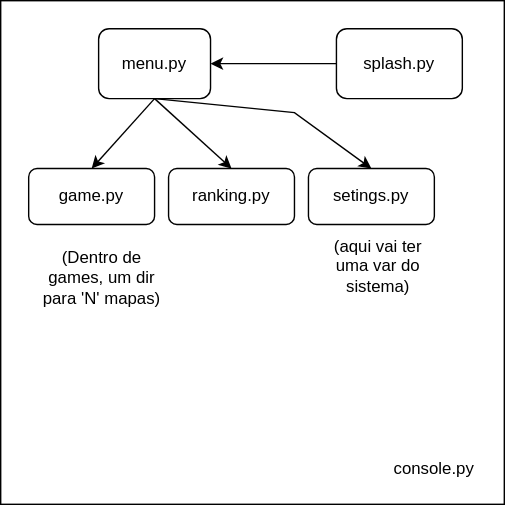
This is planjamento.drawio.svg from JJ-s-Rouguelike/Campanha, a draw.io export, as it was before one commit. Source tidied: cells renumbered, new cells last; positions are measured from the earlier drawing's top-left corner, leaving out a move shared by most shapes.
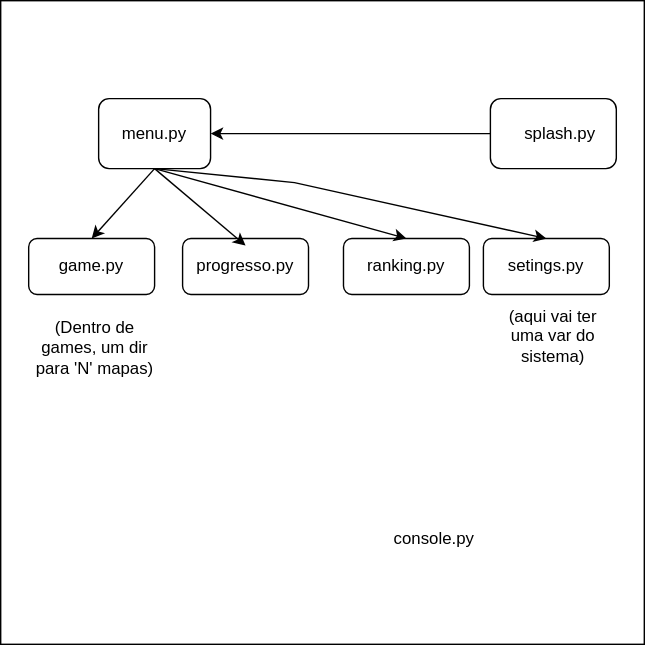
Above is the later version.

Commit message:
coloquei mais uma file no diagrama

Diff of the diagram source:
```diff
@@ -3,7 +3,7 @@
     <mxCell id="0" />
     <mxCell id="1" parent="0" />
     <mxCell id="2" style="whiteSpace=wrap;html=1;" parent="1" vertex="1">
-      <mxGeometry width="360" height="360" as="geometry" />
+      <mxGeometry y="-50" width="460" height="460" as="geometry" />
     </mxCell>
     <mxCell id="3" value="console.py" style="text;html=1;strokeColor=none;fillColor=none;align=center;verticalAlign=middle;whiteSpace=wrap;rounded=0;" parent="1" vertex="1">
       <mxGeometry x="280" y="320" width="60" height="30" as="geometry" />
@@ -14,19 +14,14 @@
     <mxCell id="5" value="menu.py" style="text;html=1;strokeColor=none;fillColor=none;align=center;verticalAlign=middle;whiteSpace=wrap;rounded=0;" parent="1" vertex="1">
       <mxGeometry x="80" y="30" width="60" height="30" as="geometry" />
     </mxCell>
-    <mxCell id="6" style="endArrow=classic;startArrow=classic;html=1;rounded=0;" parent="1" edge="1" target="8">
-      <mxGeometry relative="1" as="geometry">
-        <mxPoint x="250" y="50" as="sourcePoint" />
-      </mxGeometry>
-    </mxCell>
     <mxCell id="7" style="edgeStyle=orthogonalEdgeStyle;rounded=0;jettySize=auto;html=1;" parent="1" edge="1" source="8" target="4">
       <mxGeometry relative="1" as="geometry" />
     </mxCell>
     <mxCell id="8" style="rounded=1;whiteSpace=wrap;html=1;" parent="1" vertex="1">
-      <mxGeometry x="240" y="20" width="90" height="50" as="geometry" />
+      <mxGeometry x="350" y="20" width="90" height="50" as="geometry" />
     </mxCell>
     <mxCell id="9" value="splash.py" style="text;html=1;strokeColor=none;fillColor=none;align=center;verticalAlign=middle;whiteSpace=wrap;rounded=0;" parent="1" vertex="1">
-      <mxGeometry x="255" y="30" width="60" height="30" as="geometry" />
+      <mxGeometry x="370" y="30" width="60" height="30" as="geometry" />
     </mxCell>
     <mxCell id="10" style="rounded=1;whiteSpace=wrap;html=1;" parent="1" vertex="1">
       <mxGeometry x="20" y="120" width="90" height="40" as="geometry" />
@@ -35,7 +30,7 @@
       <mxGeometry x="35" y="125" width="60" height="30" as="geometry" />
     </mxCell>
     <mxCell id="12" style="rounded=1;whiteSpace=wrap;html=1;" parent="1" vertex="1">
-      <mxGeometry x="120" y="120" width="90" height="40" as="geometry" />
+      <mxGeometry x="245" y="120" width="90" height="40" as="geometry" />
     </mxCell>
     <mxCell id="13" style="endArrow=classic;html=1;rounded=0;exitX=0.5;exitY=1;exitDx=0;exitDy=0;entryX=0.5;entryY=0;entryDx=0;entryDy=0;" parent="1" edge="1" source="4" target="10">
       <mxGeometry relative="1" as="geometry" />
@@ -44,13 +39,13 @@
       <mxGeometry relative="1" as="geometry" />
     </mxCell>
     <mxCell id="15" value="ranking.py" style="text;html=1;strokeColor=none;fillColor=none;align=center;verticalAlign=middle;whiteSpace=wrap;rounded=0;" parent="1" vertex="1">
-      <mxGeometry x="135" y="125" width="60" height="30" as="geometry" />
+      <mxGeometry x="260" y="125" width="60" height="30" as="geometry" />
     </mxCell>
     <mxCell id="16" style="rounded=1;whiteSpace=wrap;html=1;" parent="1" vertex="1">
-      <mxGeometry x="220" y="120" width="90" height="40" as="geometry" />
+      <mxGeometry x="345" y="120" width="90" height="40" as="geometry" />
     </mxCell>
     <mxCell id="17" value="setings.py" style="text;html=1;strokeColor=none;fillColor=none;align=center;verticalAlign=middle;whiteSpace=wrap;rounded=0;" parent="1" vertex="1">
-      <mxGeometry x="235" y="125" width="60" height="30" as="geometry" />
+      <mxGeometry x="360" y="125" width="60" height="30" as="geometry" />
     </mxCell>
     <mxCell id="18" style="endArrow=classic;html=1;rounded=0;exitX=0.5;exitY=1;exitDx=0;exitDy=0;entryX=0.5;entryY=0;entryDx=0;entryDy=0;" parent="1" edge="1" source="4" target="16">
       <mxGeometry relative="1" as="geometry">
@@ -60,10 +55,21 @@
       </mxGeometry>
     </mxCell>
     <mxCell id="19" value="(aqui vai ter uma var do sistema)" style="text;html=1;strokeColor=none;fillColor=none;align=center;verticalAlign=middle;whiteSpace=wrap;rounded=0;" parent="1" vertex="1">
-      <mxGeometry x="225" y="160" width="90" height="60" as="geometry" />
+      <mxGeometry x="350" y="160" width="90" height="60" as="geometry" />
     </mxCell>
     <mxCell id="20" value="(Dentro de games, um dir para 'N' mapas)" style="text;html=1;strokeColor=none;fillColor=none;align=center;verticalAlign=middle;whiteSpace=wrap;rounded=0;" parent="1" vertex="1">
-      <mxGeometry x="25" y="175" width="95" height="45" as="geometry" />
+      <mxGeometry x="20" y="175" width="95" height="45" as="geometry" />
     </mxCell>
+    <mxCell id="21" style="rounded=1;whiteSpace=wrap;html=1;" parent="1" vertex="1">
+      <mxGeometry x="130" y="120" width="90" height="40" as="geometry" />
+    </mxCell>
+    <mxCell id="22" value="progresso.py" style="text;html=1;strokeColor=none;fillColor=none;align=center;verticalAlign=middle;whiteSpace=wrap;rounded=0;" parent="1" vertex="1">
+      <mxGeometry x="145" y="125" width="60" height="30" as="geometry" />
+    </mxCell>
+    <mxCell id="23" style="endArrow=classic;html=1;rounded=0;entryX=0.5;entryY=0;entryDx=0;entryDy=0;" parent="1" edge="1" target="22">
+      <mxGeometry relative="1" as="geometry">
+        <mxPoint x="110" y="70" as="sourcePoint" />
+      </mxGeometry>
+    </mxCell>
   </root>
 </mxGraphModel>
```
